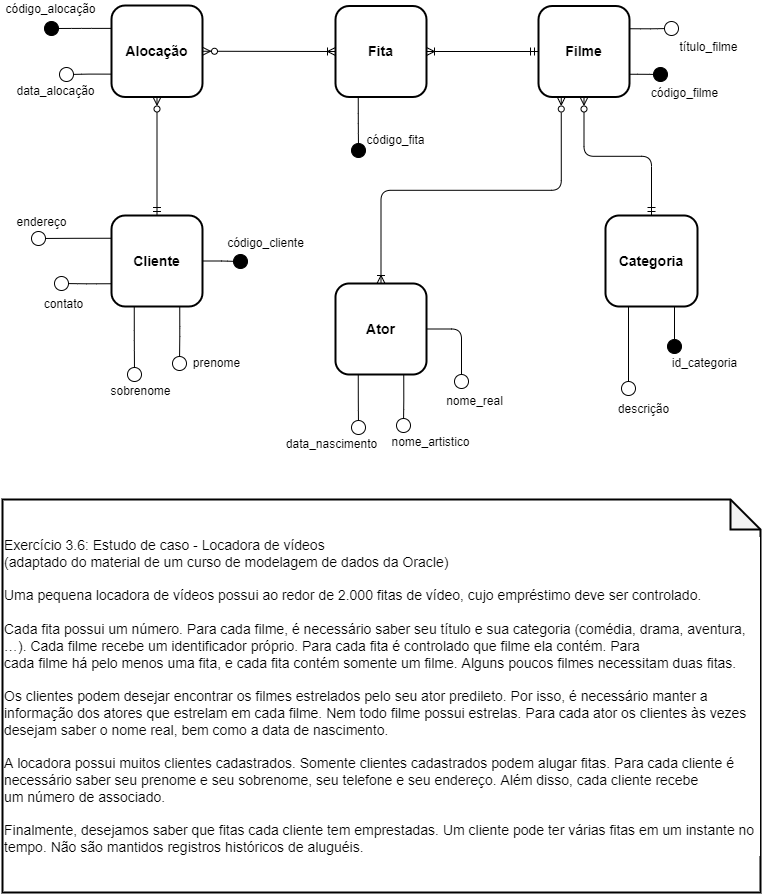
SabinoEduardo/Banco-de-dados keeps this draw.io diagram as Exercícios_db/Exercícios DER/exe_3.6.drawio.png. Above is the earlier version. Source tidied: cells renumbered, new cells last; positions are measured from the earlier drawing's top-left corner, leaving out a move shared by most shapes. Its diagram source:
```xml
<mxGraphModel background="#ffffff">
  <root>
    <mxCell id="0" />
    <mxCell id="1" parent="0" />
    <mxCell id="2" style="edgeStyle=none;html=1;exitX=0.5;exitY=1;exitDx=0;exitDy=0;entryX=0.5;entryY=0;entryDx=0;entryDy=0;fontColor=#000000;endArrow=ERmandOne;endFill=0;startArrow=ERzeroToMany;startFill=0;strokeColor=#000000;" parent="1" edge="1" source="5" target="23">
      <mxGeometry relative="1" as="geometry" />
    </mxCell>
    <mxCell id="3" style="edgeStyle=orthogonalEdgeStyle;html=1;exitX=0;exitY=0.25;exitDx=0;exitDy=0;fontColor=#000000;startArrow=none;startFill=0;endArrow=oval;endFill=1;strokeColor=#000000;endSize=14;" parent="1" edge="1" source="5">
      <mxGeometry relative="1" as="geometry">
        <mxPoint x="51" y="28" as="targetPoint" />
      </mxGeometry>
    </mxCell>
    <mxCell id="4" style="edgeStyle=orthogonalEdgeStyle;html=1;exitX=0;exitY=0.75;exitDx=0;exitDy=0;fontColor=#000000;startArrow=none;startFill=0;endArrow=oval;endFill=0;endSize=14;strokeColor=#000000;" parent="1" edge="1" source="5">
      <mxGeometry relative="1" as="geometry">
        <mxPoint x="66" y="74" as="targetPoint" />
      </mxGeometry>
    </mxCell>
    <mxCell id="5" value="&lt;b&gt;&lt;font style=&quot;font-size: 14px&quot;&gt;Alocação&lt;/font&gt;&lt;/b&gt;" style="rounded=1;whiteSpace=wrap;html=1;fillColor=#FFFFFF;strokeColor=#000000;strokeWidth=2;fontColor=#000000;verticalAlign=middle;" parent="1" vertex="1">
      <mxGeometry x="111" y="5" width="91" height="91.5" as="geometry" />
    </mxCell>
    <mxCell id="6" style="edgeStyle=none;html=1;exitX=0;exitY=0.5;exitDx=0;exitDy=0;entryX=1;entryY=0.5;entryDx=0;entryDy=0;fontColor=#000000;endArrow=ERoneToMany;endFill=0;startArrow=ERmandOne;startFill=0;strokeColor=#000000;" parent="1" edge="1" source="11" target="14">
      <mxGeometry relative="1" as="geometry" />
    </mxCell>
    <mxCell id="7" style="edgeStyle=orthogonalEdgeStyle;html=1;exitX=0.25;exitY=1;exitDx=0;exitDy=0;entryX=0.5;entryY=0;entryDx=0;entryDy=0;fontColor=#000000;strokeColor=#000000;endArrow=ERoneToMany;endFill=0;startArrow=ERzeroToMany;startFill=0;" parent="1" edge="1" source="11" target="27">
      <mxGeometry relative="1" as="geometry" />
    </mxCell>
    <mxCell id="8" style="edgeStyle=orthogonalEdgeStyle;html=1;exitX=0.5;exitY=1;exitDx=0;exitDy=0;entryX=0.5;entryY=0;entryDx=0;entryDy=0;fontColor=#000000;strokeColor=#000000;endArrow=ERmandOne;endFill=0;startArrow=ERzeroToMany;startFill=0;" parent="1" edge="1" source="11" target="17">
      <mxGeometry relative="1" as="geometry" />
    </mxCell>
    <mxCell id="9" style="edgeStyle=orthogonalEdgeStyle;html=1;exitX=1;exitY=0.75;exitDx=0;exitDy=0;fontColor=#000000;startArrow=none;startFill=0;endArrow=oval;endFill=1;endSize=14;strokeColor=#000000;" parent="1" edge="1" source="11">
      <mxGeometry relative="1" as="geometry">
        <mxPoint x="660" y="74" as="targetPoint" />
      </mxGeometry>
    </mxCell>
    <mxCell id="10" style="edgeStyle=orthogonalEdgeStyle;html=1;exitX=1;exitY=0.25;exitDx=0;exitDy=0;fontColor=#000000;startArrow=none;startFill=0;endArrow=oval;endFill=0;endSize=14;strokeColor=#000000;" parent="1" edge="1" source="11">
      <mxGeometry relative="1" as="geometry">
        <mxPoint x="671" y="28" as="targetPoint" />
      </mxGeometry>
    </mxCell>
    <mxCell id="11" value="&lt;b&gt;&lt;font style=&quot;font-size: 14px&quot;&gt;Filme&lt;/font&gt;&lt;/b&gt;" style="rounded=1;whiteSpace=wrap;html=1;fillColor=#FFFFFF;strokeColor=#000000;strokeWidth=2;fontColor=#000000;" parent="1" vertex="1">
      <mxGeometry x="538" y="5.5" width="91" height="91" as="geometry" />
    </mxCell>
    <mxCell id="12" style="edgeStyle=none;html=1;exitX=0;exitY=0.5;exitDx=0;exitDy=0;entryX=1;entryY=0.5;entryDx=0;entryDy=0;fontColor=#000000;endArrow=ERzeroToMany;endFill=0;startArrow=ERoneToMany;startFill=0;strokeColor=#000000;" parent="1" edge="1" source="14" target="5">
      <mxGeometry relative="1" as="geometry" />
    </mxCell>
    <mxCell id="13" style="edgeStyle=orthogonalEdgeStyle;html=1;exitX=0.25;exitY=1;exitDx=0;exitDy=0;fontColor=#000000;startArrow=none;startFill=0;endArrow=oval;endFill=1;endSize=14;strokeColor=#000000;" parent="1" edge="1" source="14">
      <mxGeometry relative="1" as="geometry">
        <mxPoint x="358" y="150" as="targetPoint" />
      </mxGeometry>
    </mxCell>
    <mxCell id="14" value="&lt;b&gt;&lt;font style=&quot;font-size: 14px&quot;&gt;Fita&lt;/font&gt;&lt;/b&gt;" style="rounded=1;whiteSpace=wrap;html=1;fillColor=#FFFFFF;strokeColor=#000000;strokeWidth=2;fontColor=#000000;verticalAlign=middle;" parent="1" vertex="1">
      <mxGeometry x="335" y="5.5" width="91" height="91" as="geometry" />
    </mxCell>
    <mxCell id="15" style="edgeStyle=orthogonalEdgeStyle;html=1;exitX=0.25;exitY=1;exitDx=0;exitDy=0;fontColor=#000000;startArrow=none;startFill=0;endArrow=oval;endFill=0;endSize=14;strokeColor=#000000;" parent="1" edge="1" source="17">
      <mxGeometry relative="1" as="geometry">
        <mxPoint x="628" y="388" as="targetPoint" />
      </mxGeometry>
    </mxCell>
    <mxCell id="16" style="edgeStyle=orthogonalEdgeStyle;html=1;exitX=0.75;exitY=1;exitDx=0;exitDy=0;fontColor=#000000;startArrow=none;startFill=0;endArrow=oval;endFill=1;endSize=14;strokeColor=#000000;" parent="1" edge="1" source="17">
      <mxGeometry relative="1" as="geometry">
        <mxPoint x="674" y="346" as="targetPoint" />
      </mxGeometry>
    </mxCell>
    <mxCell id="17" value="&lt;font style=&quot;font-size: 14px&quot;&gt;Categoria&lt;/font&gt;" style="rounded=1;whiteSpace=wrap;html=1;fillColor=#FFFFFF;strokeColor=#000000;strokeWidth=2;fontColor=#000000;fontStyle=1;" parent="1" vertex="1">
      <mxGeometry x="605" y="215" width="92" height="91" as="geometry" />
    </mxCell>
    <mxCell id="18" style="edgeStyle=orthogonalEdgeStyle;html=1;exitX=0.75;exitY=1;exitDx=0;exitDy=0;fontColor=#000000;startArrow=none;startFill=0;endArrow=oval;endFill=0;endSize=14;strokeColor=#000000;" parent="1" edge="1" source="23">
      <mxGeometry relative="1" as="geometry">
        <mxPoint x="179" y="363" as="targetPoint" />
      </mxGeometry>
    </mxCell>
    <mxCell id="19" style="edgeStyle=orthogonalEdgeStyle;html=1;exitX=0.25;exitY=1;exitDx=0;exitDy=0;fontColor=#000000;startArrow=none;startFill=0;endArrow=oval;endFill=0;endSize=14;strokeColor=#000000;" parent="1" edge="1" source="23">
      <mxGeometry relative="1" as="geometry">
        <mxPoint x="134" y="374" as="targetPoint" />
      </mxGeometry>
    </mxCell>
    <mxCell id="20" style="edgeStyle=orthogonalEdgeStyle;html=1;exitX=0;exitY=0.75;exitDx=0;exitDy=0;fontColor=#000000;startArrow=none;startFill=0;endArrow=oval;endFill=0;endSize=14;strokeColor=#000000;" parent="1" edge="1" source="23">
      <mxGeometry relative="1" as="geometry">
        <mxPoint x="61" y="283" as="targetPoint" />
      </mxGeometry>
    </mxCell>
    <mxCell id="21" style="edgeStyle=orthogonalEdgeStyle;html=1;exitX=0;exitY=0.25;exitDx=0;exitDy=0;fontColor=#000000;startArrow=none;startFill=0;endArrow=oval;endFill=0;endSize=14;strokeColor=#000000;" parent="1" edge="1" source="23">
      <mxGeometry relative="1" as="geometry">
        <mxPoint x="38" y="238" as="targetPoint" />
      </mxGeometry>
    </mxCell>
    <mxCell id="22" style="edgeStyle=orthogonalEdgeStyle;html=1;exitX=1;exitY=0.5;exitDx=0;exitDy=0;fontColor=#000000;startArrow=none;startFill=0;endArrow=oval;endFill=1;endSize=14;strokeColor=#000000;" parent="1" edge="1" source="23">
      <mxGeometry relative="1" as="geometry">
        <mxPoint x="240" y="261" as="targetPoint" />
      </mxGeometry>
    </mxCell>
    <mxCell id="23" value="&lt;font style=&quot;font-size: 14px&quot;&gt;Cliente&lt;/font&gt;" style="rounded=1;whiteSpace=wrap;html=1;fillColor=#FFFFFF;strokeColor=#000000;strokeWidth=2;fontColor=#000000;fontStyle=1;" parent="1" vertex="1">
      <mxGeometry x="111" y="215" width="91" height="91" as="geometry" />
    </mxCell>
    <mxCell id="24" style="edgeStyle=orthogonalEdgeStyle;html=1;exitX=0.25;exitY=1;exitDx=0;exitDy=0;fontColor=#000000;startArrow=none;startFill=0;endArrow=oval;endFill=0;endSize=14;strokeColor=#000000;" parent="1" edge="1" source="27">
      <mxGeometry relative="1" as="geometry">
        <mxPoint x="358" y="427" as="targetPoint" />
      </mxGeometry>
    </mxCell>
    <mxCell id="25" style="edgeStyle=orthogonalEdgeStyle;html=1;exitX=0.75;exitY=1;exitDx=0;exitDy=0;fontColor=#000000;startArrow=none;startFill=0;endArrow=oval;endFill=0;endSize=14;strokeColor=#000000;" parent="1" edge="1" source="27">
      <mxGeometry relative="1" as="geometry">
        <mxPoint x="403" y="425" as="targetPoint" />
      </mxGeometry>
    </mxCell>
    <mxCell id="26" style="edgeStyle=orthogonalEdgeStyle;html=1;exitX=1;exitY=0.5;exitDx=0;exitDy=0;fontColor=#000000;startArrow=none;startFill=0;endArrow=oval;endFill=0;endSize=14;strokeColor=#000000;" parent="1" edge="1" source="27">
      <mxGeometry relative="1" as="geometry">
        <mxPoint x="461" y="381" as="targetPoint" />
      </mxGeometry>
    </mxCell>
    <mxCell id="27" value="&lt;font style=&quot;font-size: 14px&quot;&gt;Ator&lt;/font&gt;" style="rounded=1;whiteSpace=wrap;html=1;fillColor=#FFFFFF;strokeColor=#000000;strokeWidth=2;fontColor=#000000;fontStyle=1;" parent="1" vertex="1">
      <mxGeometry x="335" y="283" width="91" height="91" as="geometry" />
    </mxCell>
    <mxCell id="28" value="id_categoria" style="text;html=1;align=center;verticalAlign=middle;strokeColor=none;fillColor=none;fontColor=#000000;" parent="1" vertex="1">
      <mxGeometry x="666" y="354" width="75" height="18" as="geometry" />
    </mxCell>
    <mxCell id="29" value="descrição" style="text;html=1;align=center;verticalAlign=middle;strokeColor=none;fillColor=none;fontColor=#000000;" parent="1" vertex="1">
      <mxGeometry x="612" y="400" width="61" height="18" as="geometry" />
    </mxCell>
    <mxCell id="30" value="nome_real" style="text;html=1;align=center;verticalAlign=middle;strokeColor=none;fillColor=none;fontColor=#000000;" parent="1" vertex="1">
      <mxGeometry x="440" y="392" width="67" height="18" as="geometry" />
    </mxCell>
    <mxCell id="31" value="nome_artistico" style="text;html=1;align=center;verticalAlign=middle;strokeColor=none;fillColor=none;fontColor=#000000;" parent="1" vertex="1">
      <mxGeometry x="386" y="433" width="88" height="18" as="geometry" />
    </mxCell>
    <mxCell id="32" value="data_nascimento" style="text;html=1;align=center;verticalAlign=middle;strokeColor=none;fillColor=none;fontColor=#000000;" parent="1" vertex="1">
      <mxGeometry x="280" y="435" width="101" height="18" as="geometry" />
    </mxCell>
    <mxCell id="33" value="código_cliente" style="text;html=1;align=center;verticalAlign=middle;strokeColor=none;fillColor=none;fontColor=#000000;" parent="1" vertex="1">
      <mxGeometry x="221" y="234" width="87" height="18" as="geometry" />
    </mxCell>
    <mxCell id="34" value="prenome" style="text;html=1;align=center;verticalAlign=middle;strokeColor=none;fillColor=none;fontColor=#000000;" parent="1" vertex="1">
      <mxGeometry x="187" y="354" width="57" height="18" as="geometry" />
    </mxCell>
    <mxCell id="35" value="sobrenome" style="text;html=1;align=center;verticalAlign=middle;strokeColor=none;fillColor=none;fontColor=#000000;" parent="1" vertex="1">
      <mxGeometry x="105" y="382" width="70" height="18" as="geometry" />
    </mxCell>
    <mxCell id="36" value="contato" style="text;html=1;align=center;verticalAlign=middle;strokeColor=none;fillColor=none;fontColor=#000000;" parent="1" vertex="1">
      <mxGeometry x="38" y="295" width="49" height="18" as="geometry" />
    </mxCell>
    <mxCell id="37" value="endereço" style="text;html=1;align=center;verticalAlign=middle;strokeColor=none;fillColor=none;fontColor=#000000;" parent="1" vertex="1">
      <mxGeometry x="11" y="213" width="60" height="18" as="geometry" />
    </mxCell>
    <mxCell id="38" value="código_alocação" style="text;html=1;align=center;verticalAlign=middle;strokeColor=none;fillColor=none;fontColor=#000000;" parent="1" vertex="1">
      <mxGeometry width="100" height="18" as="geometry" />
    </mxCell>
    <mxCell id="39" value="data_alocação" style="text;html=1;align=center;verticalAlign=middle;strokeColor=none;fillColor=none;fontColor=#000000;" parent="1" vertex="1">
      <mxGeometry x="11" y="82" width="88" height="18" as="geometry" />
    </mxCell>
    <mxCell id="40" value="código_fita" style="text;html=1;align=center;verticalAlign=middle;strokeColor=none;fillColor=none;fontColor=#000000;" parent="1" vertex="1">
      <mxGeometry x="361" y="131" width="68" height="18" as="geometry" />
    </mxCell>
    <mxCell id="41" value="código_filme" style="text;html=1;align=center;verticalAlign=middle;strokeColor=none;fillColor=none;fontColor=#000000;" parent="1" vertex="1">
      <mxGeometry x="645" y="84" width="77" height="18" as="geometry" />
    </mxCell>
    <mxCell id="42" value="título_filme" style="text;html=1;align=center;verticalAlign=middle;strokeColor=none;fillColor=none;fontColor=#000000;" parent="1" vertex="1">
      <mxGeometry x="674" y="38" width="68" height="18" as="geometry" />
    </mxCell>
    <mxCell id="43" value="&lt;div style=&quot;font-size: 14px&quot;&gt;&lt;font style=&quot;font-size: 14px&quot;&gt;Exercício 3.6: Estudo de caso - Locadora de vídeos&lt;/font&gt;&lt;/div&gt;&lt;div style=&quot;font-size: 14px&quot;&gt;&lt;font style=&quot;font-size: 14px&quot;&gt;(adaptado do material de um curso de modelagem de dados da Oracle)&lt;/font&gt;&lt;/div&gt;&lt;div style=&quot;font-size: 14px&quot;&gt;&lt;font style=&quot;font-size: 14px&quot;&gt;&lt;br&gt;&lt;/font&gt;&lt;/div&gt;&lt;div style=&quot;font-size: 14px&quot;&gt;&lt;font style=&quot;font-size: 14px&quot;&gt;Uma pequena locadora de vídeos possui ao redor de 2.000 fitas de vídeo, cujo empréstimo deve ser controlado.&lt;/font&gt;&lt;/div&gt;&lt;div style=&quot;font-size: 14px&quot;&gt;&lt;font style=&quot;font-size: 14px&quot;&gt;&lt;br&gt;&lt;/font&gt;&lt;/div&gt;&lt;div style=&quot;font-size: 14px&quot;&gt;&lt;font style=&quot;font-size: 14px&quot;&gt;Cada fita possui um número. Para cada filme, é necessário saber seu título e sua categoria (comédia, drama, aventura, …). Cada filme recebe um identificador próprio. Para cada fita é controlado que filme ela contém. Para&lt;/font&gt;&lt;/div&gt;&lt;div style=&quot;font-size: 14px&quot;&gt;&lt;font style=&quot;font-size: 14px&quot;&gt;cada filme há pelo menos uma fita, e cada fita contém somente um filme. Alguns poucos filmes necessitam duas fitas.&lt;/font&gt;&lt;/div&gt;&lt;div style=&quot;font-size: 14px&quot;&gt;&lt;font style=&quot;font-size: 14px&quot;&gt;&lt;br&gt;&lt;/font&gt;&lt;/div&gt;&lt;div style=&quot;font-size: 14px&quot;&gt;&lt;font style=&quot;font-size: 14px&quot;&gt;Os clientes podem desejar encontrar os filmes estrelados pelo seu ator predileto. Por isso, é necessário manter a informação dos atores que estrelam em cada filme. Nem todo filme possui estrelas. Para cada ator os clientes às vezes desejam saber o nome real, bem como a data de nascimento.&lt;/font&gt;&lt;/div&gt;&lt;div style=&quot;font-size: 14px&quot;&gt;&lt;font style=&quot;font-size: 14px&quot;&gt;&lt;br&gt;&lt;/font&gt;&lt;/div&gt;&lt;div style=&quot;font-size: 14px&quot;&gt;&lt;font style=&quot;font-size: 14px&quot;&gt;A locadora possui muitos clientes cadastrados. Somente clientes cadastrados podem alugar fitas. Para cada cliente é necessário saber seu prenome e seu sobrenome, seu telefone e seu endereço. Além disso, cada cliente recebe&lt;/font&gt;&lt;/div&gt;&lt;div style=&quot;font-size: 14px&quot;&gt;&lt;font style=&quot;font-size: 14px&quot;&gt;um número de associado.&lt;/font&gt;&lt;/div&gt;&lt;div style=&quot;font-size: 14px&quot;&gt;&lt;font style=&quot;font-size: 14px&quot;&gt;&lt;br&gt;&lt;/font&gt;&lt;/div&gt;&lt;div style=&quot;font-size: 14px&quot;&gt;&lt;font style=&quot;font-size: 14px&quot;&gt;Finalmente, desejamos saber que fitas cada cliente tem emprestadas. Um cliente pode ter várias fitas em um instante no tempo. Não são mantidos registros históricos de aluguéis.&lt;/font&gt;&lt;/div&gt;" style="shape=note;whiteSpace=wrap;html=1;backgroundOutline=1;darkOpacity=0.05;labelBackgroundColor=#FFFFFF;fontColor=#000000;strokeColor=#000000;strokeWidth=2;fillColor=#FFFFFF;align=left;" parent="1" vertex="1">
      <mxGeometry x="2" y="499" width="758" height="393" as="geometry" />
    </mxCell>
  </root>
</mxGraphModel>
```
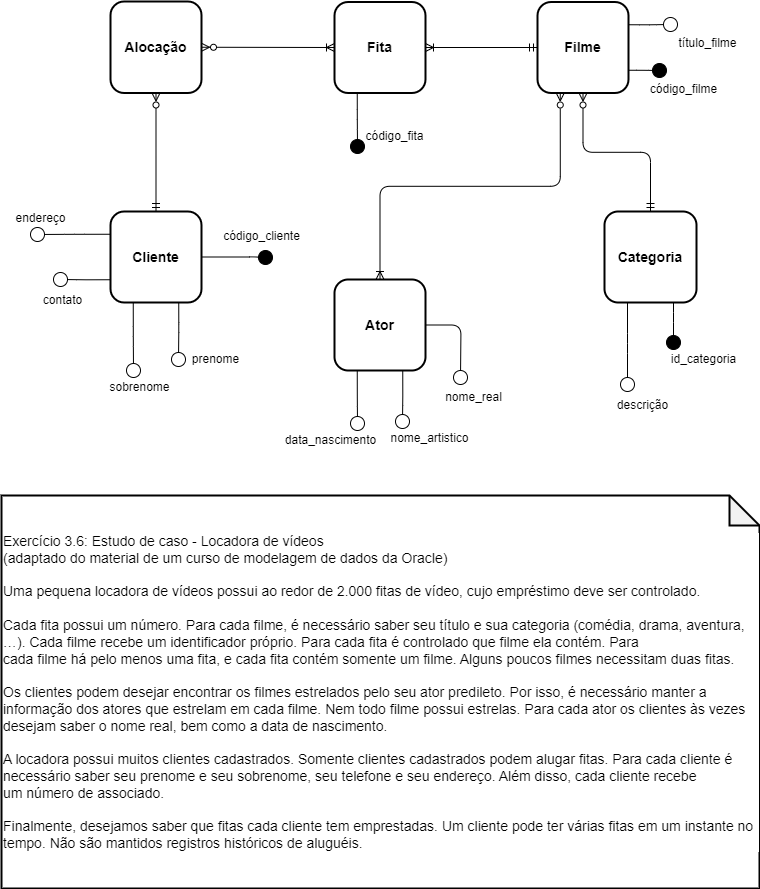
Above is the later version.

The edit, as a diff of the source:
```diff
@@ -5,16 +5,6 @@
     <mxCell id="2" style="edgeStyle=none;html=1;exitX=0.5;exitY=1;exitDx=0;exitDy=0;entryX=0.5;entryY=0;entryDx=0;entryDy=0;fontColor=#000000;endArrow=ERmandOne;endFill=0;startArrow=ERzeroToMany;startFill=0;strokeColor=#000000;" parent="1" edge="1" source="5" target="23">
       <mxGeometry relative="1" as="geometry" />
     </mxCell>
-    <mxCell id="3" style="edgeStyle=orthogonalEdgeStyle;html=1;exitX=0;exitY=0.25;exitDx=0;exitDy=0;fontColor=#000000;startArrow=none;startFill=0;endArrow=oval;endFill=1;strokeColor=#000000;endSize=14;" parent="1" edge="1" source="5">
-      <mxGeometry relative="1" as="geometry">
-        <mxPoint x="51" y="28" as="targetPoint" />
-      </mxGeometry>
-    </mxCell>
-    <mxCell id="4" style="edgeStyle=orthogonalEdgeStyle;html=1;exitX=0;exitY=0.75;exitDx=0;exitDy=0;fontColor=#000000;startArrow=none;startFill=0;endArrow=oval;endFill=0;endSize=14;strokeColor=#000000;" parent="1" edge="1" source="5">
-      <mxGeometry relative="1" as="geometry">
-        <mxPoint x="66" y="74" as="targetPoint" />
-      </mxGeometry>
-    </mxCell>
     <mxCell id="5" value="&lt;b&gt;&lt;font style=&quot;font-size: 14px&quot;&gt;Alocação&lt;/font&gt;&lt;/b&gt;" style="rounded=1;whiteSpace=wrap;html=1;fillColor=#FFFFFF;strokeColor=#000000;strokeWidth=2;fontColor=#000000;verticalAlign=middle;" parent="1" vertex="1">
       <mxGeometry x="111" y="5" width="91" height="91.5" as="geometry" />
     </mxCell>
@@ -86,7 +76,11 @@
     </mxCell>
     <mxCell id="22" style="edgeStyle=orthogonalEdgeStyle;html=1;exitX=1;exitY=0.5;exitDx=0;exitDy=0;fontColor=#000000;startArrow=none;startFill=0;endArrow=oval;endFill=1;endSize=14;strokeColor=#000000;" parent="1" edge="1" source="23">
       <mxGeometry relative="1" as="geometry">
-        <mxPoint x="240" y="261" as="targetPoint" />
+        <mxPoint x="266" y="261" as="targetPoint" />
+        <Array as="points">
+          <mxPoint x="260" y="261" />
+          <mxPoint x="260" y="262" />
+        </Array>
       </mxGeometry>
     </mxCell>
     <mxCell id="23" value="&lt;font style=&quot;font-size: 14px&quot;&gt;Cliente&lt;/font&gt;" style="rounded=1;whiteSpace=wrap;html=1;fillColor=#FFFFFF;strokeColor=#000000;strokeWidth=2;fontColor=#000000;fontStyle=1;" parent="1" vertex="1">
@@ -126,7 +120,7 @@
       <mxGeometry x="280" y="435" width="101" height="18" as="geometry" />
     </mxCell>
     <mxCell id="33" value="código_cliente" style="text;html=1;align=center;verticalAlign=middle;strokeColor=none;fillColor=none;fontColor=#000000;" parent="1" vertex="1">
-      <mxGeometry x="221" y="234" width="87" height="18" as="geometry" />
+      <mxGeometry x="218" y="231" width="87" height="18" as="geometry" />
     </mxCell>
     <mxCell id="34" value="prenome" style="text;html=1;align=center;verticalAlign=middle;strokeColor=none;fillColor=none;fontColor=#000000;" parent="1" vertex="1">
       <mxGeometry x="187" y="354" width="57" height="18" as="geometry" />
@@ -140,12 +134,6 @@
     <mxCell id="37" value="endereço" style="text;html=1;align=center;verticalAlign=middle;strokeColor=none;fillColor=none;fontColor=#000000;" parent="1" vertex="1">
       <mxGeometry x="11" y="213" width="60" height="18" as="geometry" />
     </mxCell>
-    <mxCell id="38" value="código_alocação" style="text;html=1;align=center;verticalAlign=middle;strokeColor=none;fillColor=none;fontColor=#000000;" parent="1" vertex="1">
-      <mxGeometry width="100" height="18" as="geometry" />
-    </mxCell>
-    <mxCell id="39" value="data_alocação" style="text;html=1;align=center;verticalAlign=middle;strokeColor=none;fillColor=none;fontColor=#000000;" parent="1" vertex="1">
-      <mxGeometry x="11" y="82" width="88" height="18" as="geometry" />
-    </mxCell>
     <mxCell id="40" value="código_fita" style="text;html=1;align=center;verticalAlign=middle;strokeColor=none;fillColor=none;fontColor=#000000;" parent="1" vertex="1">
       <mxGeometry x="361" y="131" width="68" height="18" as="geometry" />
     </mxCell>
```
